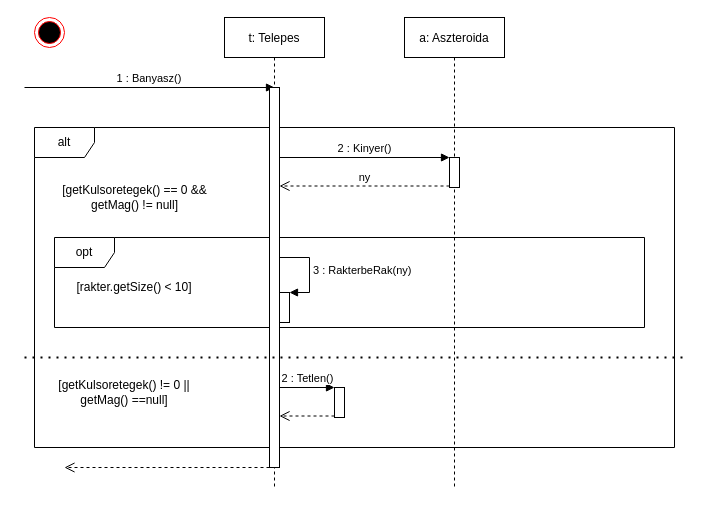
The draw.io diagram doc/uml/szekvencia_mine.drawio in torpeBoiGo/aszteroidabanyaszat, before the edit. Source tidied: cells renumbered, new cells numbered last; positions are measured from the earlier drawing's top-left corner, leaving out a move shared by most shapes. Both pictures are drawn from the tidied source at 100%, with x=0, y=0 at pixel (24, 17).
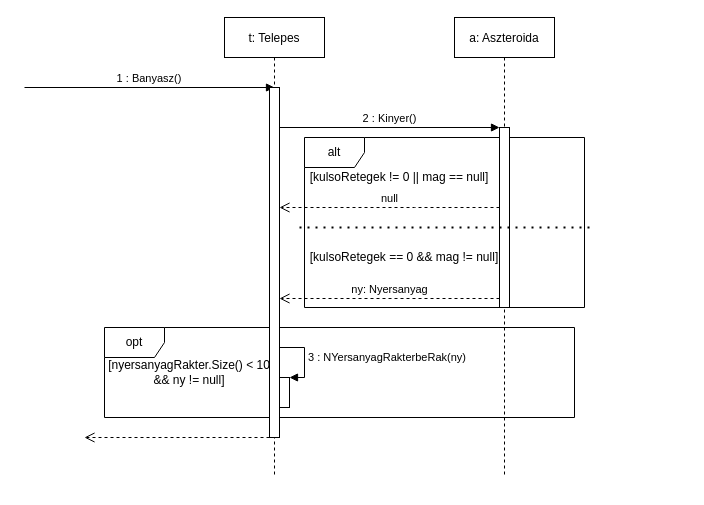
After the change.

Commit message:
Tetlen() kiszedve, Aszteroida ellenőrzi, hogy visszaadhatja-e a magját, külön nyersanyagraktér

Diff of the diagram source:
```diff
@@
     <mxCell id="2" value="alt" style="shape=umlFrame;whiteSpace=wrap;html=1;" parent="1" vertex="1">
-      <mxGeometry x="10" y="110" width="640" height="320" as="geometry" />
+      <mxGeometry x="280" y="120" width="280" height="170" as="geometry" />
     </mxCell>
     <mxCell id="3" value="opt" style="shape=umlFrame;whiteSpace=wrap;html=1;" parent="1" vertex="1">
-      <mxGeometry x="30" y="220" width="590" height="90" as="geometry" />
+      <mxGeometry x="80" y="310" width="470" height="90" as="geometry" />
     </mxCell>
     <mxCell id="4" value="t: Telepes" style="shape=umlLifeline;perimeter=lifelinePerimeter;rounded=0;shadow=0;strokeWidth=1;" parent="1" vertex="1">
-      <mxGeometry x="200" width="100" height="470" as="geometry" />
+      <mxGeometry x="200" width="100" height="460" as="geometry" />
     </mxCell>
@@
     <mxCell id="6" style="html=1;points=[];perimeter=orthogonalPerimeter;" parent="4" vertex="1">
-      <mxGeometry x="45" y="70" width="10" height="380" as="geometry" />
+      <mxGeometry x="45" y="70" width="10" height="350" as="geometry" />
     </mxCell>
-    <mxCell id="7" value="[getKulsoretegek() == 0 &amp;amp;&amp;amp; getMag() != null]" style="text;html=1;strokeColor=none;fillColor=none;align=center;verticalAlign=middle;whiteSpace=wrap;rounded=0;" parent="1" vertex="1">
-      <mxGeometry x="27.5" y="150" width="165" height="60" as="geometry" />
+    <mxCell id="7" value="[kulsoRetegek == 0 &amp;amp;&amp;amp; mag != null]" style="text;html=1;strokeColor=none;fillColor=none;align=center;verticalAlign=middle;whiteSpace=wrap;rounded=0;" parent="1" vertex="1">
+      <mxGeometry x="280" y="210" width="200" height="60" as="geometry" />
     </mxCell>
     <mxCell id="8" value="a: Aszteroida" style="shape=umlLifeline;perimeter=lifelinePerimeter;rounded=0;shadow=0;strokeWidth=1;" parent="1" vertex="1">
-      <mxGeometry x="380" width="100" height="470" as="geometry" />
+      <mxGeometry x="430" width="100" height="460" as="geometry" />
     </mxCell>
     <mxCell id="9" style="html=1;points=[];perimeter=orthogonalPerimeter;" parent="8" vertex="1">
-      <mxGeometry x="45" y="140" width="10" height="30" as="geometry" />
+      <mxGeometry x="45" y="110" width="10" height="180" as="geometry" />
     </mxCell>
@@
-    <mxCell id="11" value="ny" style="html=1;verticalAlign=bottom;endArrow=open;dashed=1;endSize=8;exitX=0;exitY=0.95;" parent="1" edge="1" source="9" target="6">
+    <mxCell id="11" value="ny: Nyersanyag" style="html=1;verticalAlign=bottom;endArrow=open;dashed=1;endSize=8;exitX=0;exitY=0.95;" parent="1" edge="1" source="9" target="6">
       <mxGeometry relative="1" as="geometry" />
     </mxCell>
     <mxCell id="12" style="html=1;verticalAlign=bottom;endArrow=open;dashed=1;endSize=8;" parent="1" edge="1" source="6">
       <mxGeometry relative="1" as="geometry">
-        <mxPoint x="40" y="450" as="targetPoint" />
+        <mxPoint x="60" y="420" as="targetPoint" />
       </mxGeometry>
     </mxCell>
     <mxCell id="13" style="html=1;points=[];perimeter=orthogonalPerimeter;" parent="1" vertex="1">
-      <mxGeometry x="255" y="275" width="10" height="30" as="geometry" />
+      <mxGeometry x="255" y="360" width="10" height="30" as="geometry" />
     </mxCell>
-    <mxCell id="14" value="3 : RakterbeRak(ny)" style="edgeStyle=orthogonalEdgeStyle;html=1;align=left;spacingLeft=2;endArrow=block;rounded=0;entryX=1;entryY=0;" parent="1" edge="1" source="6" target="13">
+    <mxCell id="14" value="3 : NYersanyagRakterbeRak(ny)" style="edgeStyle=orthogonalEdgeStyle;html=1;align=left;spacingLeft=2;endArrow=block;rounded=0;entryX=1;entryY=0;" parent="1" edge="1" source="6" target="13">
       <mxGeometry relative="1" as="geometry">
         <Array as="points">
-          <mxPoint x="285" y="240" />
-          <mxPoint x="285" y="275" />
+          <mxPoint x="280" y="330" />
+          <mxPoint x="280" y="360" />
         </Array>
       </mxGeometry>
     </mxCell>
-    <mxCell id="15" value="[rakter.getSize() &amp;lt; 10]" style="text;html=1;strokeColor=none;fillColor=none;align=center;verticalAlign=middle;whiteSpace=wrap;rounded=0;" parent="1" vertex="1">
-      <mxGeometry x="50" y="260" width="120" height="20" as="geometry" />
+    <mxCell id="15" value="[nyersanyagRakter.Size() &amp;lt; 10 &amp;amp;&amp;amp; ny != null]" style="text;html=1;strokeColor=none;fillColor=none;align=center;verticalAlign=middle;whiteSpace=wrap;rounded=0;" parent="1" vertex="1">
+      <mxGeometry x="75" y="345" width="180" height="20" as="geometry" />
     </mxCell>
-    <mxCell id="16" value="[getKulsoretegek() != 0 || &lt;br&gt;getMag() ==null]" style="text;html=1;strokeColor=none;fillColor=none;align=center;verticalAlign=middle;whiteSpace=wrap;rounded=0;" parent="1" vertex="1">
-      <mxGeometry x="20" y="350" width="160" height="50" as="geometry" />
-    </mxCell>
-    <mxCell id="17" style="endArrow=none;dashed=1;html=1;dashPattern=1 3;strokeWidth=2;" parent="1" edge="1">
-      <mxGeometry relative="1" as="geometry">
-        <mxPoint y="340" as="sourcePoint" />
-        <mxPoint x="660" y="340" as="targetPoint" />
-      </mxGeometry>
-    </mxCell>
-    <mxCell id="18" style="html=1;points=[];perimeter=orthogonalPerimeter;" parent="1" vertex="1">
-      <mxGeometry x="310" y="370" width="10" height="30" as="geometry" />
-    </mxCell>
-    <mxCell id="19" value="2 : Tetlen()" style="html=1;verticalAlign=bottom;endArrow=block;entryX=0;entryY=0;" parent="1" edge="1" target="18">
-      <mxGeometry relative="1" as="geometry">
-        <mxPoint x="255" y="370" as="sourcePoint" />
-      </mxGeometry>
-    </mxCell>
-    <mxCell id="20" style="html=1;verticalAlign=bottom;endArrow=open;dashed=1;endSize=8;exitX=0;exitY=0.95;" parent="1" edge="1" source="18" target="6">
-      <mxGeometry relative="1" as="geometry" />
-    </mxCell>
-    <mxCell id="21" style="ellipse;html=1;shape=endState;fillColor=#000000;strokeColor=#ff0000;" parent="1" vertex="1">
-      <mxGeometry x="10" width="30" height="30" as="geometry" />
-    </mxCell>
+    <mxCell id="22" value="null" style="html=1;verticalAlign=bottom;endArrow=open;dashed=1;endSize=8;" parent="1" edge="1" source="9" target="6">
+      <mxGeometry relative="1" as="geometry">
+        <Array as="points">
+          <mxPoint x="400" y="190" />
+        </Array>
+      </mxGeometry>
+    </mxCell>
+    <mxCell id="23" style="endArrow=none;dashed=1;html=1;dashPattern=1 3;strokeWidth=2;" parent="1" edge="1">
+      <mxGeometry relative="1" as="geometry">
+        <mxPoint x="275" y="210" as="sourcePoint" />
+        <mxPoint x="565" y="210" as="targetPoint" />
+      </mxGeometry>
+    </mxCell>
+    <mxCell id="24" value="[kulsoRetegek != 0 || mag == null]" style="text;html=1;strokeColor=none;fillColor=none;align=center;verticalAlign=middle;whiteSpace=wrap;rounded=0;" parent="1" vertex="1">
+      <mxGeometry x="280" y="150" width="190" height="20" as="geometry" />
+    </mxCell>
```
